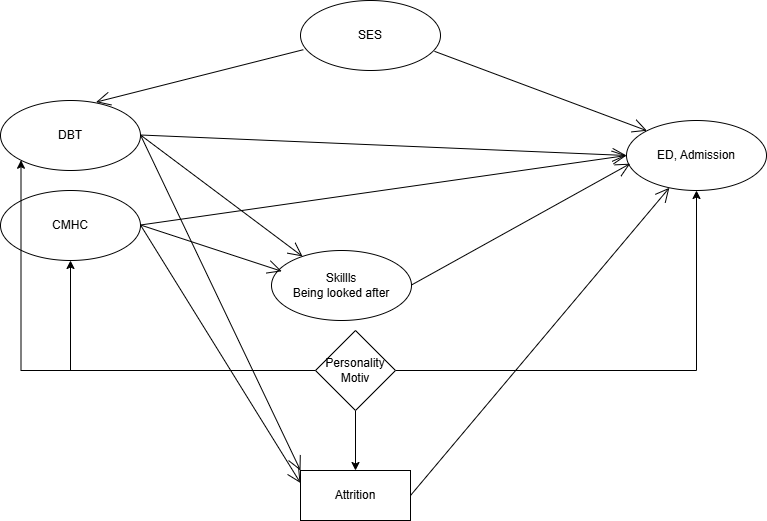
This is Untitled Diagram.drawio.png from gbarbalat/DBT-ED, a draw.io export, as it was before one commit. Source tidied: cells renumbered, new cells last; positions are measured from the earlier drawing's top-left corner, leaving out a move shared by most shapes.
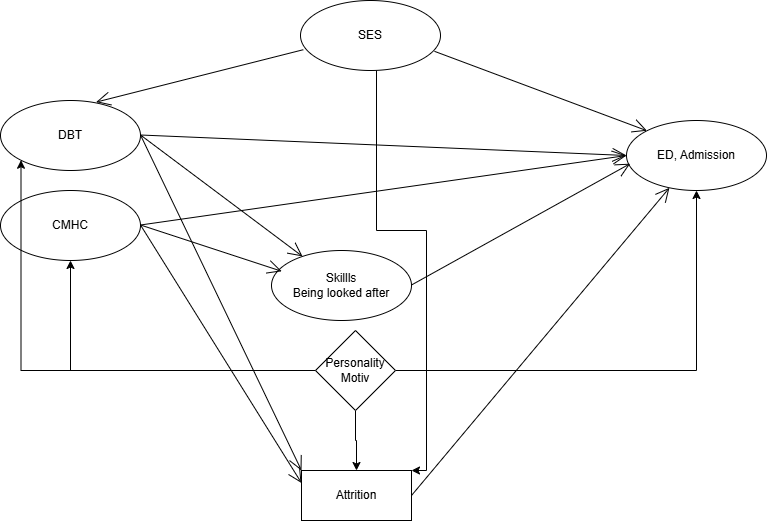
After the commit.

What changed in the source:
```diff
@@ -22,7 +22,7 @@
       </mxGeometry>
     </mxCell>
     <mxCell id="7" value="Attrition" style="html=1;whiteSpace=wrap;" parent="1" vertex="1">
-      <mxGeometry x="300" y="470" width="110" height="50" as="geometry" />
+      <mxGeometry x="301" y="470" width="110" height="50" as="geometry" />
     </mxCell>
     <mxCell id="8" style="endArrow=open;endFill=1;endSize=12;html=1;rounded=0;entryX=0;entryY=0;entryDx=0;entryDy=0;" parent="1" edge="1" target="7">
       <mxGeometry relative="1" as="geometry">
@@ -55,6 +55,15 @@
         <mxPoint x="411" y="284.5" as="sourcePoint" />
       </mxGeometry>
     </mxCell>
+    <mxCell id="23" style="edgeStyle=orthogonalEdgeStyle;rounded=0;jettySize=auto;html=1;entryX=1;entryY=0;entryDx=0;entryDy=0;" parent="1" edge="1" source="15" target="7">
+      <mxGeometry relative="1" as="geometry">
+        <Array as="points">
+          <mxPoint x="376" y="230" />
+          <mxPoint x="426" y="230" />
+          <mxPoint x="426" y="470" />
+        </Array>
+      </mxGeometry>
+    </mxCell>
     <mxCell id="15" value="SES" style="ellipse;whiteSpace=wrap;html=1;" parent="1" vertex="1">
       <mxGeometry x="300" width="140" height="70" as="geometry" />
     </mxCell>
```
